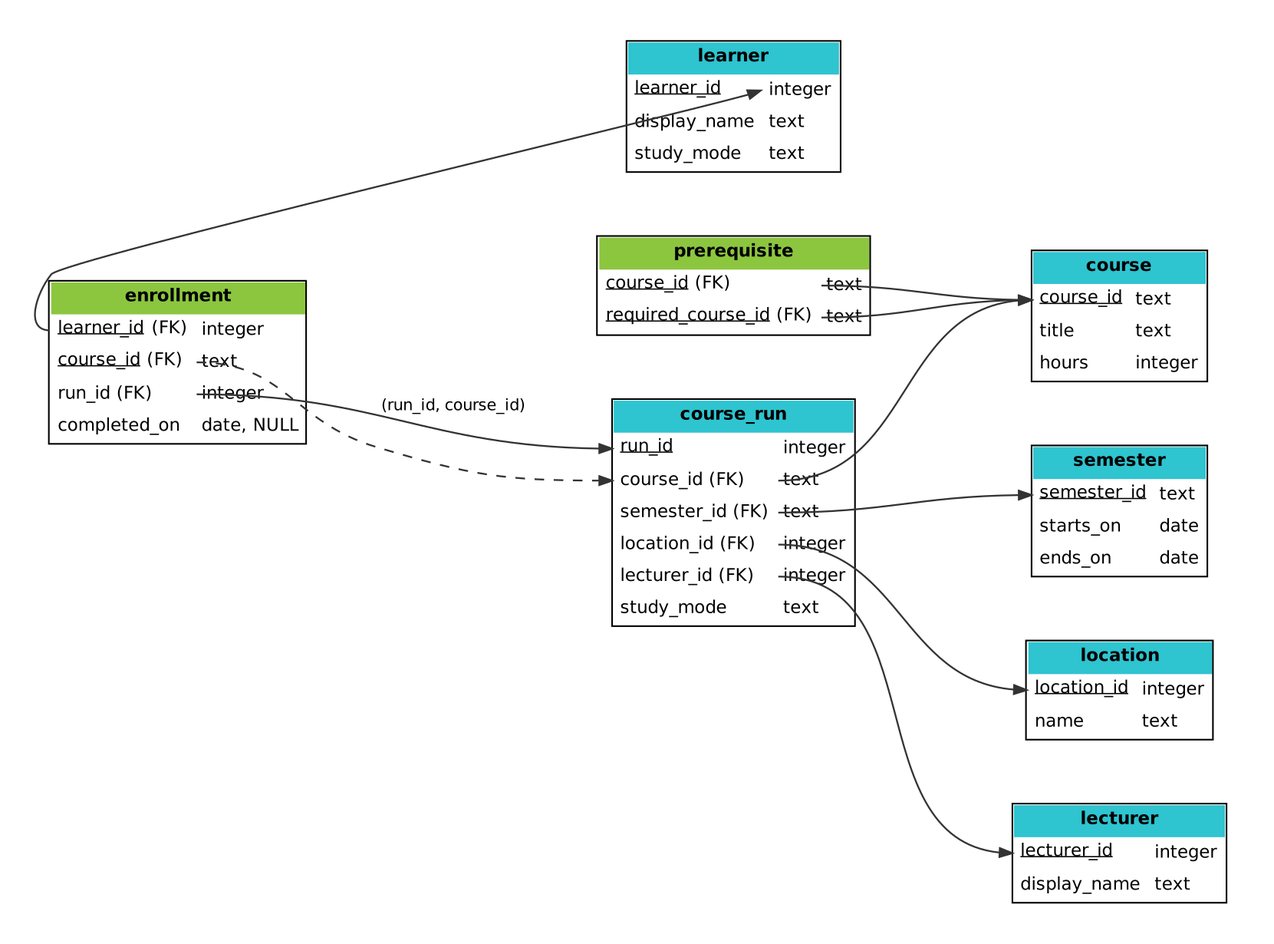
This is le2-sql/model/relational.png from ibidreli/ddi_mcs, a Graphviz export, as it was before one commit. Its source is kept beside it as le2-sql/model/relational.dot. Source of this version:
```dot
digraph relational {
  graph [rankdir=LR, pad=0.3, nodesep=0.45, ranksep=1.0, bgcolor="white"];
  node  [shape=plaintext, fontname="Helvetica", fontsize=11];
  edge  [arrowhead=normal, arrowsize=0.8, penwidth=1.1, color="#333333"];

  learner [label=<
    <TABLE BORDER="1" CELLBORDER="0" CELLSPACING="0" CELLPADDING="4" BGCOLOR="white">
      <TR><TD BGCOLOR="#2ec4d0" COLSPAN="2"><B>learner</B></TD></TR>
      <TR><TD ALIGN="LEFT" PORT="pk"><U>learner_id</U></TD><TD ALIGN="LEFT">integer</TD></TR>
      <TR><TD ALIGN="LEFT">display_name</TD><TD ALIGN="LEFT">text</TD></TR>
      <TR><TD ALIGN="LEFT">study_mode</TD><TD ALIGN="LEFT">text</TD></TR>
    </TABLE>>];

  enrollment [label=<
    <TABLE BORDER="1" CELLBORDER="0" CELLSPACING="0" CELLPADDING="4" BGCOLOR="white">
      <TR><TD BGCOLOR="#8cc63f" COLSPAN="2"><B>enrollment</B></TD></TR>
      <TR><TD ALIGN="LEFT" PORT="learner"><U>learner_id</U> (FK)</TD><TD ALIGN="LEFT">integer</TD></TR>
      <TR><TD ALIGN="LEFT" PORT="course"><U>course_id</U> (FK)</TD><TD ALIGN="LEFT">text</TD></TR>
      <TR><TD ALIGN="LEFT" PORT="run">run_id (FK)</TD><TD ALIGN="LEFT">integer</TD></TR>
      <TR><TD ALIGN="LEFT">completed_on</TD><TD ALIGN="LEFT">date, NULL</TD></TR>
    </TABLE>>];

  course_run [label=<
    <TABLE BORDER="1" CELLBORDER="0" CELLSPACING="0" CELLPADDING="4" BGCOLOR="white">
      <TR><TD BGCOLOR="#2ec4d0" COLSPAN="2"><B>course_run</B></TD></TR>
      <TR><TD ALIGN="LEFT" PORT="pk"><U>run_id</U></TD><TD ALIGN="LEFT">integer</TD></TR>
      <TR><TD ALIGN="LEFT" PORT="course">course_id (FK)</TD><TD ALIGN="LEFT">text</TD></TR>
      <TR><TD ALIGN="LEFT" PORT="semester">semester_id (FK)</TD><TD ALIGN="LEFT">text</TD></TR>
      <TR><TD ALIGN="LEFT" PORT="location">location_id (FK)</TD><TD ALIGN="LEFT">integer</TD></TR>
      <TR><TD ALIGN="LEFT" PORT="lecturer">lecturer_id (FK)</TD><TD ALIGN="LEFT">integer</TD></TR>
      <TR><TD ALIGN="LEFT">study_mode</TD><TD ALIGN="LEFT">text</TD></TR>
    </TABLE>>];

  course [label=<
    <TABLE BORDER="1" CELLBORDER="0" CELLSPACING="0" CELLPADDING="4" BGCOLOR="white">
      <TR><TD BGCOLOR="#2ec4d0" COLSPAN="2"><B>course</B></TD></TR>
      <TR><TD ALIGN="LEFT" PORT="pk"><U>course_id</U></TD><TD ALIGN="LEFT">text</TD></TR>
      <TR><TD ALIGN="LEFT">title</TD><TD ALIGN="LEFT">text</TD></TR>
      <TR><TD ALIGN="LEFT">hours</TD><TD ALIGN="LEFT">integer</TD></TR>
    </TABLE>>];

  prerequisite [label=<
    <TABLE BORDER="1" CELLBORDER="0" CELLSPACING="0" CELLPADDING="4" BGCOLOR="white">
      <TR><TD BGCOLOR="#8cc63f" COLSPAN="2"><B>prerequisite</B></TD></TR>
      <TR><TD ALIGN="LEFT" PORT="course"><U>course_id</U> (FK)</TD><TD ALIGN="LEFT">text</TD></TR>
      <TR><TD ALIGN="LEFT" PORT="required"><U>required_course_id</U> (FK)</TD><TD ALIGN="LEFT">text</TD></TR>
    </TABLE>>];

  semester [label=<
    <TABLE BORDER="1" CELLBORDER="0" CELLSPACING="0" CELLPADDING="4" BGCOLOR="white">
      <TR><TD BGCOLOR="#2ec4d0" COLSPAN="2"><B>semester</B></TD></TR>
      <TR><TD ALIGN="LEFT" PORT="pk"><U>semester_id</U></TD><TD ALIGN="LEFT">text</TD></TR>
      <TR><TD ALIGN="LEFT">starts_on</TD><TD ALIGN="LEFT">date</TD></TR>
      <TR><TD ALIGN="LEFT">ends_on</TD><TD ALIGN="LEFT">date</TD></TR>
    </TABLE>>];

  location [label=<
    <TABLE BORDER="1" CELLBORDER="0" CELLSPACING="0" CELLPADDING="4" BGCOLOR="white">
      <TR><TD BGCOLOR="#2ec4d0" COLSPAN="2"><B>location</B></TD></TR>
      <TR><TD ALIGN="LEFT" PORT="pk"><U>location_id</U></TD><TD ALIGN="LEFT">integer</TD></TR>
      <TR><TD ALIGN="LEFT">name</TD><TD ALIGN="LEFT">text</TD></TR>
    </TABLE>>];

  lecturer [label=<
    <TABLE BORDER="1" CELLBORDER="0" CELLSPACING="0" CELLPADDING="4" BGCOLOR="white">
      <TR><TD BGCOLOR="#2ec4d0" COLSPAN="2"><B>lecturer</B></TD></TR>
      <TR><TD ALIGN="LEFT" PORT="pk"><U>lecturer_id</U></TD><TD ALIGN="LEFT">integer</TD></TR>
      <TR><TD ALIGN="LEFT">display_name</TD><TD ALIGN="LEFT">text</TD></TR>
    </TABLE>>];

  {rank=same; learner;}
  {rank=same; enrollment;}
  {rank=same; course_run; prerequisite;}
  {rank=same; course; semester; location; lecturer;}

  enrollment:learner:w -> learner:pk:e;
  enrollment:run:e -> course_run:pk:w [label=" (run_id, course_id)", fontsize=10, fontname="Helvetica"];
  enrollment:course:e -> course_run:course:w [style=dashed];
  course_run:course:e -> course:pk:w;
  course_run:semester:e -> semester:pk:w;
  course_run:location:e -> location:pk:w;
  course_run:lecturer:e -> lecturer:pk:w;
  prerequisite:course:e -> course:pk:w;
  prerequisite:required:e -> course:pk:w;
}
```
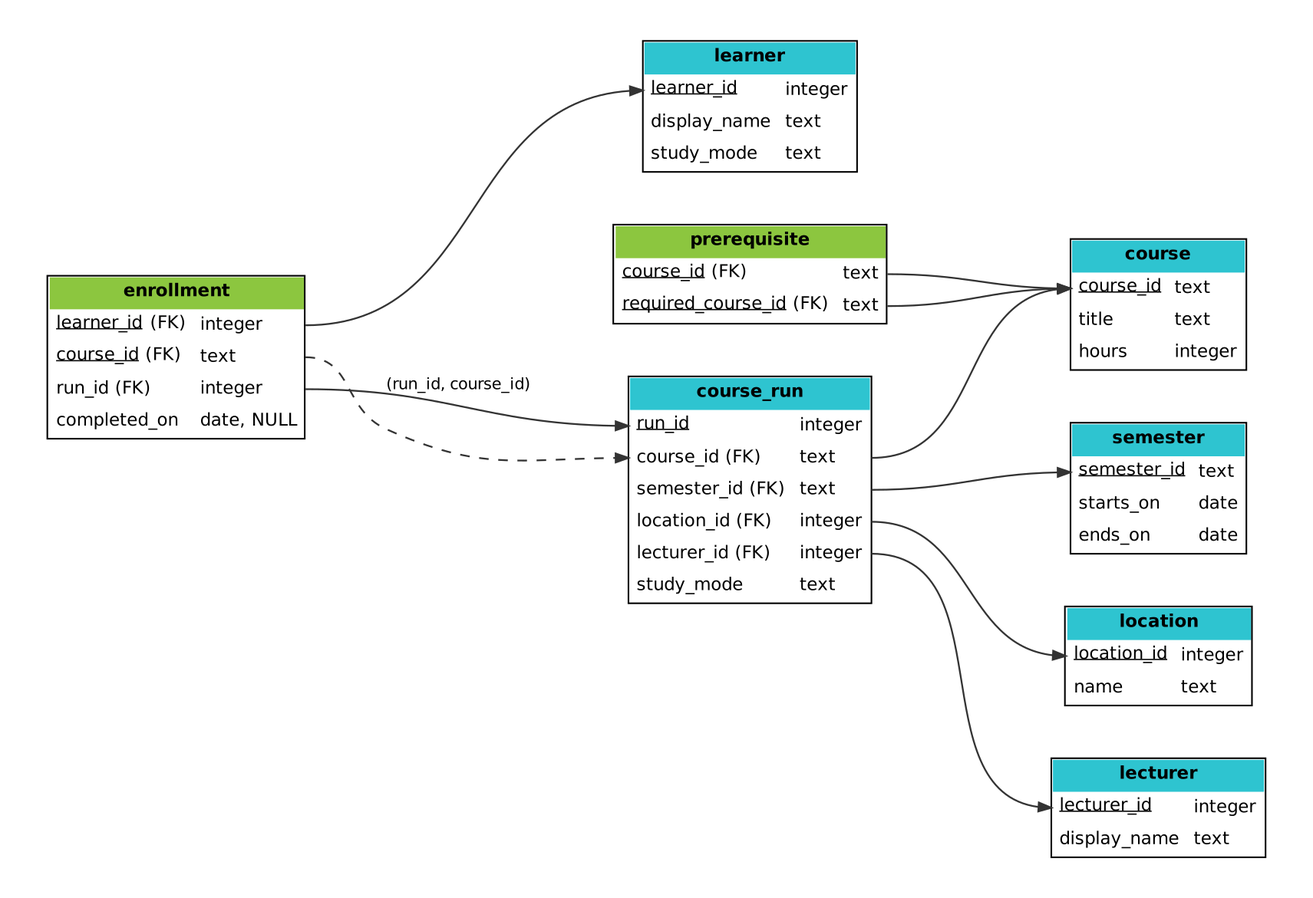
Above is the later version.

Commit message:
Fix relational model layout so edges avoid text

What changed in the source:
```diff
@@ -1,5 +1,5 @@
 digraph relational {
-  graph [rankdir=LR, pad=0.3, nodesep=0.45, ranksep=1.0, bgcolor="white"];
+  graph [rankdir=LR, pad=0.3, nodesep=0.35, ranksep=1.2, bgcolor="white"];
   node  [shape=plaintext, fontname="Helvetica", fontsize=11];
   edge  [arrowhead=normal, arrowsize=0.8, penwidth=1.1, color="#333333"];
 
@@ -14,9 +14,9 @@
   enrollment [label=<
     <TABLE BORDER="1" CELLBORDER="0" CELLSPACING="0" CELLPADDING="4" BGCOLOR="white">
       <TR><TD BGCOLOR="#8cc63f" COLSPAN="2"><B>enrollment</B></TD></TR>
-      <TR><TD ALIGN="LEFT" PORT="learner"><U>learner_id</U> (FK)</TD><TD ALIGN="LEFT">integer</TD></TR>
-      <TR><TD ALIGN="LEFT" PORT="course"><U>course_id</U> (FK)</TD><TD ALIGN="LEFT">text</TD></TR>
-      <TR><TD ALIGN="LEFT" PORT="run">run_id (FK)</TD><TD ALIGN="LEFT">integer</TD></TR>
+      <TR><TD ALIGN="LEFT"><U>learner_id</U> (FK)</TD><TD ALIGN="LEFT" PORT="learner">integer</TD></TR>
+      <TR><TD ALIGN="LEFT"><U>course_id</U> (FK)</TD><TD ALIGN="LEFT" PORT="course">text</TD></TR>
+      <TR><TD ALIGN="LEFT">run_id (FK)</TD><TD ALIGN="LEFT" PORT="run">integer</TD></TR>
       <TR><TD ALIGN="LEFT">completed_on</TD><TD ALIGN="LEFT">date, NULL</TD></TR>
     </TABLE>>];
 
@@ -24,10 +24,10 @@
     <TABLE BORDER="1" CELLBORDER="0" CELLSPACING="0" CELLPADDING="4" BGCOLOR="white">
       <TR><TD BGCOLOR="#2ec4d0" COLSPAN="2"><B>course_run</B></TD></TR>
       <TR><TD ALIGN="LEFT" PORT="pk"><U>run_id</U></TD><TD ALIGN="LEFT">integer</TD></TR>
-      <TR><TD ALIGN="LEFT" PORT="course">course_id (FK)</TD><TD ALIGN="LEFT">text</TD></TR>
-      <TR><TD ALIGN="LEFT" PORT="semester">semester_id (FK)</TD><TD ALIGN="LEFT">text</TD></TR>
-      <TR><TD ALIGN="LEFT" PORT="location">location_id (FK)</TD><TD ALIGN="LEFT">integer</TD></TR>
-      <TR><TD ALIGN="LEFT" PORT="lecturer">lecturer_id (FK)</TD><TD ALIGN="LEFT">integer</TD></TR>
+      <TR><TD ALIGN="LEFT" PORT="course_in">course_id (FK)</TD><TD ALIGN="LEFT" PORT="course">text</TD></TR>
+      <TR><TD ALIGN="LEFT">semester_id (FK)</TD><TD ALIGN="LEFT" PORT="semester">text</TD></TR>
+      <TR><TD ALIGN="LEFT">location_id (FK)</TD><TD ALIGN="LEFT" PORT="location">integer</TD></TR>
+      <TR><TD ALIGN="LEFT">lecturer_id (FK)</TD><TD ALIGN="LEFT" PORT="lecturer">integer</TD></TR>
       <TR><TD ALIGN="LEFT">study_mode</TD><TD ALIGN="LEFT">text</TD></TR>
     </TABLE>>];
 
@@ -42,8 +42,8 @@
   prerequisite [label=<
     <TABLE BORDER="1" CELLBORDER="0" CELLSPACING="0" CELLPADDING="4" BGCOLOR="white">
       <TR><TD BGCOLOR="#8cc63f" COLSPAN="2"><B>prerequisite</B></TD></TR>
-      <TR><TD ALIGN="LEFT" PORT="course"><U>course_id</U> (FK)</TD><TD ALIGN="LEFT">text</TD></TR>
-      <TR><TD ALIGN="LEFT" PORT="required"><U>required_course_id</U> (FK)</TD><TD ALIGN="LEFT">text</TD></TR>
+      <TR><TD ALIGN="LEFT"><U>course_id</U> (FK)</TD><TD ALIGN="LEFT" PORT="course">text</TD></TR>
+      <TR><TD ALIGN="LEFT"><U>required_course_id</U> (FK)</TD><TD ALIGN="LEFT" PORT="required">text</TD></TR>
     </TABLE>>];
 
   semester [label=<
@@ -68,14 +68,13 @@
       <TR><TD ALIGN="LEFT">display_name</TD><TD ALIGN="LEFT">text</TD></TR>
     </TABLE>>];
 
-  {rank=same; learner;}
   {rank=same; enrollment;}
-  {rank=same; course_run; prerequisite;}
+  {rank=same; learner; course_run; prerequisite;}
   {rank=same; course; semester; location; lecturer;}
 
-  enrollment:learner:w -> learner:pk:e;
-  enrollment:run:e -> course_run:pk:w [label=" (run_id, course_id)", fontsize=10, fontname="Helvetica"];
-  enrollment:course:e -> course_run:course:w [style=dashed];
+  enrollment:learner:e -> learner:pk:w;
+  enrollment:run:e -> course_run:pk:w [label="(run_id, course_id)", fontsize=10, fontname="Helvetica"];
+  enrollment:course:e -> course_run:course_in:w [style=dashed];
   course_run:course:e -> course:pk:w;
   course_run:semester:e -> semester:pk:w;
   course_run:location:e -> location:pk:w;
```
